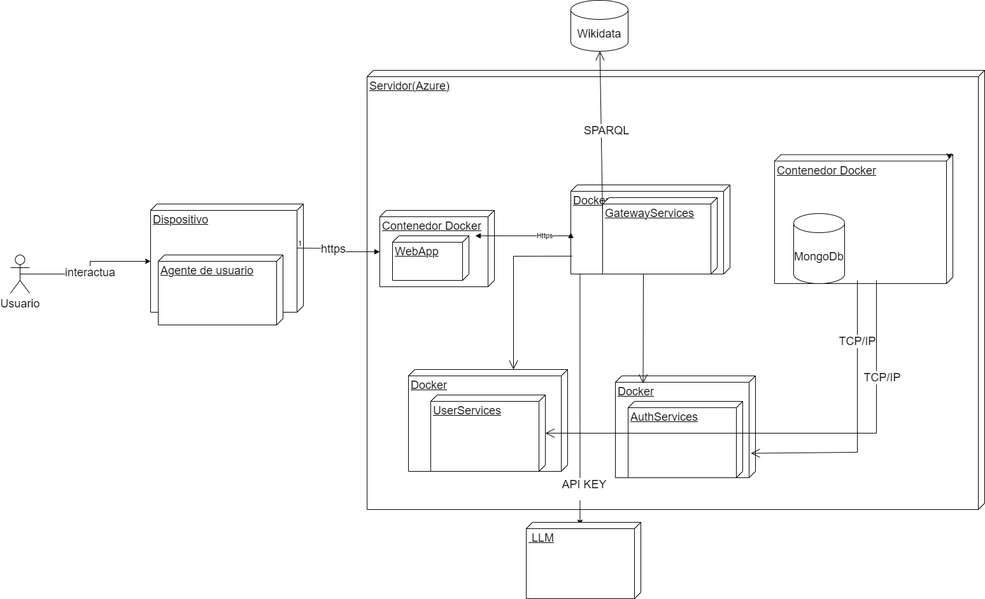
The draw.io diagram images/07-diagramaDespliegue.png in Arquisoft/wichat_es5a, before a commit. Source tidied: cells renumbered, new cells last; positions are measured from the earlier drawing's top-left corner, leaving out a move shared by most shapes.
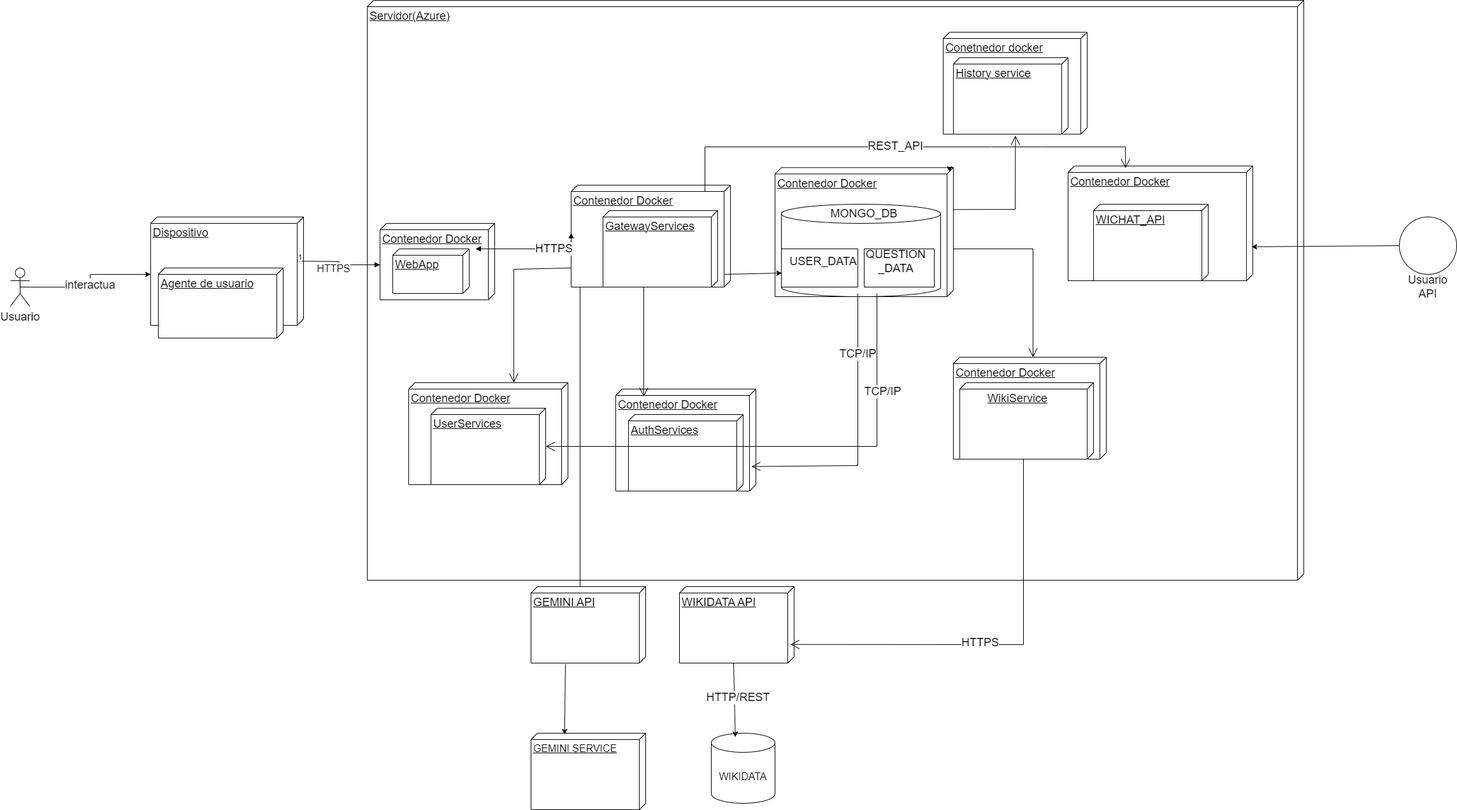
Above is the later version.

Diff of the diagram source:
```diff
@@ -14,10 +14,10 @@
     <mxCell id="5" value="&lt;font style=&quot;font-size: 18px;&quot;&gt;interactua&lt;/font&gt;" style="edgeStyle=orthogonalEdgeStyle;rounded=0;jettySize=auto;html=1;exitX=0.5;exitY=0.5;exitDx=0;exitDy=0;exitPerimeter=0;entryX=0;entryY=0;entryDx=90;entryDy=240;entryPerimeter=0;" parent="1" edge="1" source="2" target="3">
       <mxGeometry relative="1" as="geometry" />
     </mxCell>
-    <mxCell id="6" value="&lt;font style=&quot;font-size: 18px;&quot;&gt;Servidor(Azure)&lt;/font&gt;" style="verticalAlign=top;align=left;spacingTop=8;spacingLeft=2;spacingRight=12;shape=cube;size=10;direction=south;fontStyle=4;html=1;whiteSpace=wrap;" parent="1" vertex="1">
-      <mxGeometry x="560" y="110" width="970" height="690" as="geometry" />
+    <mxCell id="6" value="&lt;font style=&quot;font-size: 18px;&quot;&gt;Servidor(Azure)&lt;/font&gt;" style="verticalAlign=top;align=left;spacingTop=8;spacingLeft=2;spacingRight=12;shape=cube;size=10;direction=south;fontStyle=4;html=1;whiteSpace=wrap;fontSize=16;fontFamily=Helvetica;" parent="1" vertex="1">
+      <mxGeometry x="560" y="-20" width="1470" height="910" as="geometry" />
     </mxCell>
-    <mxCell id="7" value="&lt;font style=&quot;font-size: 18px;&quot;&gt;Contenedor Docker&lt;/font&gt;" style="verticalAlign=top;align=left;spacingTop=8;spacingLeft=2;spacingRight=12;shape=cube;size=10;direction=south;fontStyle=4;html=1;whiteSpace=wrap;" parent="1" vertex="1">
+    <mxCell id="7" value="&lt;font style=&quot;font-size: 18px;&quot;&gt;Contenedor &lt;/font&gt;&lt;font style=&quot;font-size: 18px;&quot;&gt;Docker&lt;/font&gt;" style="verticalAlign=top;align=left;spacingTop=8;spacingLeft=2;spacingRight=12;shape=cube;size=10;direction=south;fontStyle=4;html=1;whiteSpace=wrap;" parent="1" vertex="1">
       <mxGeometry x="580" y="330" width="180" height="120" as="geometry" />
     </mxCell>
     <mxCell id="8" value="&lt;font style=&quot;font-size: 18px;&quot;&gt;Contenedor Docker&lt;/font&gt;" style="verticalAlign=top;align=left;spacingTop=8;spacingLeft=2;spacingRight=12;shape=cube;size=10;direction=south;fontStyle=4;html=1;whiteSpace=wrap;" parent="1" vertex="1">
@@ -30,7 +30,7 @@
         </Array>
       </mxGeometry>
     </mxCell>
-    <mxCell id="10" value="&lt;font style=&quot;font-size: 18px;&quot;&gt;API KEY&lt;/font&gt;&lt;div&gt;&lt;br&gt;&lt;/div&gt;" style="edgeLabel;html=1;align=center;verticalAlign=middle;" parent="9" vertex="1">
+    <mxCell id="10" value="&lt;div&gt;&lt;br&gt;&lt;/div&gt;" style="edgeLabel;html=1;align=center;verticalAlign=middle;" parent="9" vertex="1">
       <mxGeometry x="0.54" y="-1" relative="1" as="geometry">
         <mxPoint x="7" y="106" as="offset" />
       </mxGeometry>
@@ -38,12 +38,9 @@
     <mxCell id="11" style="edgeStyle=orthogonalEdgeStyle;rounded=0;orthogonalLoop=1;jettySize=auto;html=1;exitX=0;exitY=0;exitDx=0;exitDy=0;exitPerimeter=0;entryX=0.033;entryY=0.021;entryDx=0;entryDy=0;entryPerimeter=0;" parent="1" edge="1" source="8" target="8">
       <mxGeometry relative="1" as="geometry" />
     </mxCell>
-    <mxCell id="12" value="&lt;font style=&quot;font-size: 18px;&quot;&gt;&amp;nbsp;LLM&lt;/font&gt;" style="verticalAlign=top;align=left;spacingTop=8;spacingLeft=2;spacingRight=12;shape=cube;size=10;direction=south;fontStyle=4;html=1;whiteSpace=wrap;" parent="1" vertex="1">
-      <mxGeometry x="810" y="820" width="180" height="120" as="geometry" />
+    <mxCell id="12" value="&lt;font style=&quot;font-size: 18px;&quot;&gt;GEMINI API&lt;/font&gt;" style="verticalAlign=top;align=left;spacingTop=8;spacingLeft=2;spacingRight=12;shape=cube;size=10;direction=south;fontStyle=4;html=1;whiteSpace=wrap;" parent="1" vertex="1">
+      <mxGeometry x="817" y="900" width="180" height="120" as="geometry" />
     </mxCell>
-    <mxCell id="13" value="&lt;font style=&quot;font-size: 18px;&quot;&gt;Wikidata&lt;/font&gt;" style="shape=cylinder3;whiteSpace=wrap;html=1;boundedLbl=1;backgroundOutline=1;size=15;" parent="1" vertex="1">
-      <mxGeometry x="880" width="90" height="80" as="geometry" />
-    </mxCell>
     <mxCell id="14" style="endArrow=block;endFill=1;html=1;edgeStyle=orthogonalEdgeStyle;align=left;verticalAlign=top;rounded=0;entryX=0;entryY=0;entryDx=65;entryDy=180;entryPerimeter=0;" parent="1" edge="1" target="7">
       <mxGeometry x="-1" relative="1" as="geometry">
         <mxPoint x="450" y="389.3" as="sourcePoint" />
@@ -52,25 +49,25 @@
     <mxCell id="15" value="1" style="edgeLabel;html=1;align=left;verticalAlign=bottom;" parent="14" vertex="1">
       <mxGeometry x="-1" relative="1" as="geometry" />
     </mxCell>
-    <mxCell id="16" value="&lt;font style=&quot;font-size: 18px;&quot;&gt;https&lt;/font&gt;&lt;div&gt;&lt;font size=&quot;3&quot;&gt;&lt;br&gt;&lt;/font&gt;&lt;/div&gt;" style="edgeLabel;html=1;align=center;verticalAlign=middle;" parent="14" vertex="1">
+    <mxCell id="16" value="&lt;div&gt;&lt;font size=&quot;3&quot;&gt;HTTPS&lt;/font&gt;&lt;/div&gt;" style="edgeLabel;html=1;align=center;verticalAlign=middle;" parent="14" vertex="1">
       <mxGeometry x="-0.17" y="2" relative="1" as="geometry">
         <mxPoint y="12" as="offset" />
       </mxGeometry>
     </mxCell>
-    <mxCell id="17" value="&lt;font style=&quot;font-size: 18px;&quot;&gt;MongoDb&lt;/font&gt;" style="shape=cylinder3;whiteSpace=wrap;html=1;boundedLbl=1;backgroundOutline=1;size=15;" parent="1" vertex="1">
-      <mxGeometry x="1230" y="335" width="80" height="110" as="geometry" />
+    <mxCell id="17" style="shape=cylinder3;whiteSpace=wrap;html=1;boundedLbl=1;backgroundOutline=1;size=15;" parent="1" vertex="1">
+      <mxGeometry x="1210" y="300" width="250" height="145" as="geometry" />
     </mxCell>
     <mxCell id="18" value="&lt;font style=&quot;font-size: 18px;&quot;&gt;WebApp&lt;/font&gt;" style="verticalAlign=top;align=left;spacingTop=8;spacingLeft=2;spacingRight=12;shape=cube;size=10;direction=south;fontStyle=4;html=1;whiteSpace=wrap;" parent="1" vertex="1">
       <mxGeometry x="600" y="370" width="120" height="70" as="geometry" />
     </mxCell>
-    <mxCell id="19" value="&lt;font style=&quot;font-size: 18px;&quot;&gt;Docker&lt;/font&gt;" style="verticalAlign=top;align=left;spacingTop=8;spacingLeft=2;spacingRight=12;shape=cube;size=10;direction=south;fontStyle=4;html=1;whiteSpace=wrap;" parent="1" vertex="1">
+    <mxCell id="19" value="&lt;font style=&quot;font-size: 18px;&quot;&gt;Contenedor Docker&lt;/font&gt;" style="verticalAlign=top;align=left;spacingTop=8;spacingLeft=2;spacingRight=12;shape=cube;size=10;direction=south;fontStyle=4;html=1;whiteSpace=wrap;" parent="1" vertex="1">
       <mxGeometry x="625" y="580" width="250" height="160" as="geometry" />
     </mxCell>
-    <mxCell id="20" value="&lt;font style=&quot;font-size: 18px;&quot;&gt;Docker&lt;/font&gt;" style="verticalAlign=top;align=left;spacingTop=8;spacingLeft=2;spacingRight=12;shape=cube;size=10;direction=south;fontStyle=4;html=1;whiteSpace=wrap;" parent="1" vertex="1">
+    <mxCell id="20" value="&lt;font style=&quot;font-size: 18px;&quot;&gt;Contenedor Docker&lt;/font&gt;" style="verticalAlign=top;align=left;spacingTop=8;spacingLeft=2;spacingRight=12;shape=cube;size=10;direction=south;fontStyle=4;html=1;whiteSpace=wrap;" parent="1" vertex="1">
       <mxGeometry x="950" y="590" width="220" height="160" as="geometry" />
     </mxCell>
-    <mxCell id="21" value="&lt;font style=&quot;font-size: 18px;&quot;&gt;Docker&lt;/font&gt;" style="verticalAlign=top;align=left;spacingTop=8;spacingLeft=2;spacingRight=12;shape=cube;size=10;direction=south;fontStyle=4;html=1;whiteSpace=wrap;" parent="1" vertex="1">
-      <mxGeometry x="880" y="290" width="250" height="140" as="geometry" />
+    <mxCell id="21" value="&lt;span style=&quot;font-size: 18px;&quot;&gt;Contenedor Docker&lt;/span&gt;" style="verticalAlign=top;align=left;spacingTop=8;spacingLeft=2;spacingRight=12;shape=cube;size=10;direction=south;fontStyle=4;html=1;whiteSpace=wrap;" parent="1" vertex="1">
+      <mxGeometry x="880" y="270" width="250" height="160" as="geometry" />
     </mxCell>
     <mxCell id="22" style="endArrow=block;startArrow=block;endFill=1;startFill=1;html=1;rounded=0;entryX=0;entryY=0;entryDx=75;entryDy=250.00000000000003;entryPerimeter=0;" parent="1" edge="1" target="21">
       <mxGeometry relative="1" as="geometry">
@@ -80,30 +77,24 @@
         </Array>
       </mxGeometry>
     </mxCell>
-    <mxCell id="23" value="Https" style="edgeLabel;html=1;align=center;verticalAlign=middle;" parent="22" vertex="1">
+    <mxCell id="23" value="&lt;font style=&quot;font-size: 18px;&quot;&gt;HTTPS&lt;/font&gt;" style="edgeLabel;html=1;align=center;verticalAlign=middle;" parent="22" vertex="1">
       <mxGeometry x="0.39" relative="1" as="geometry">
         <mxPoint y="-1" as="offset" />
       </mxGeometry>
     </mxCell>
-    <mxCell id="24" style="endArrow=open;endFill=1;endSize=12;html=1;rounded=0;exitX=0.799;exitY=0.992;exitDx=0;exitDy=0;exitPerimeter=0;" parent="1" edge="1" source="21">
+    <mxCell id="24" style="endArrow=open;endFill=1;endSize=12;html=1;rounded=0;" parent="1" edge="1">
       <mxGeometry relative="1" as="geometry">
+        <mxPoint x="880" y="400" as="sourcePoint" />
         <mxPoint x="790" y="580" as="targetPoint" />
         <Array as="points">
           <mxPoint x="790" y="402" />
         </Array>
       </mxGeometry>
     </mxCell>
-    <mxCell id="25" style="endArrow=open;endFill=1;endSize=12;html=1;rounded=0;" parent="1" edge="1" target="13">
-      <mxGeometry relative="1" as="geometry">
-        <mxPoint x="930" y="340" as="sourcePoint" />
-      </mxGeometry>
-    </mxCell>
-    <mxCell id="26" value="&lt;font style=&quot;font-size: 18px;&quot;&gt;SPARQL&lt;/font&gt;" style="edgeLabel;html=1;align=center;verticalAlign=middle;" parent="25" vertex="1">
-      <mxGeometry x="0.05" y="-7" relative="1" as="geometry" />
-    </mxCell>
-    <mxCell id="27" style="endArrow=open;endFill=1;endSize=12;html=1;rounded=0;entryX=0.073;entryY=0.802;entryDx=0;entryDy=0;entryPerimeter=0;" parent="1" edge="1" target="20">
+    <mxCell id="27" style="endArrow=open;endFill=1;endSize=12;html=1;rounded=0;" parent="1" edge="1">
       <mxGeometry relative="1" as="geometry">
         <mxPoint x="994" y="420" as="sourcePoint" />
+        <mxPoint x="994" y="602" as="targetPoint" />
       </mxGeometry>
     </mxCell>
     <mxCell id="28" value="&lt;font style=&quot;font-size: 18px;&quot;&gt;GatewayServices&lt;/font&gt;" style="verticalAlign=top;align=left;spacingTop=8;spacingLeft=2;spacingRight=12;shape=cube;size=10;direction=south;fontStyle=4;html=1;whiteSpace=wrap;" parent="1" vertex="1">
@@ -139,5 +130,113 @@
         <mxPoint y="1" as="offset" />
       </mxGeometry>
     </mxCell>
+    <mxCell id="35" value="&lt;div&gt;&lt;font style=&quot;font-size: 18px;&quot;&gt;Contenedor Docker&lt;/font&gt;&lt;/div&gt;" style="verticalAlign=top;align=left;spacingTop=8;spacingLeft=2;spacingRight=12;shape=cube;size=10;direction=south;fontStyle=4;html=1;whiteSpace=wrap;" parent="1" vertex="1">
+      <mxGeometry x="1480" y="540" width="240" height="160" as="geometry" />
+    </mxCell>
+    <mxCell id="36" value="&lt;blockquote style=&quot;margin: 0 0 0 40px; border: none; padding: 0px;&quot;&gt;&lt;font style=&quot;font-size: 18px;&quot;&gt;WikiService&lt;/font&gt;&lt;/blockquote&gt;" style="verticalAlign=top;align=left;spacingTop=8;spacingLeft=2;spacingRight=12;shape=cube;size=10;direction=south;fontStyle=4;html=1;whiteSpace=wrap;" parent="1" vertex="1">
+      <mxGeometry x="1490" y="580" width="210" height="120" as="geometry" />
+    </mxCell>
+    <mxCell id="37" value="&lt;font style=&quot;font-size: 18px;&quot;&gt;Conetnedor docker&lt;/font&gt;" style="verticalAlign=top;align=left;spacingTop=8;spacingLeft=2;spacingRight=12;shape=cube;size=10;direction=south;fontStyle=4;html=1;whiteSpace=wrap;" parent="1" vertex="1">
+      <mxGeometry x="1464" y="30" width="226" height="160" as="geometry" />
+    </mxCell>
+    <mxCell id="38" value="&lt;font style=&quot;font-size: 18px;&quot;&gt;History service&lt;/font&gt;" style="verticalAlign=top;align=left;spacingTop=8;spacingLeft=2;spacingRight=12;shape=cube;size=10;direction=south;fontStyle=4;html=1;whiteSpace=wrap;" parent="1" vertex="1">
+      <mxGeometry x="1480" y="70" width="180" height="120" as="geometry" />
+    </mxCell>
+    <mxCell id="39" style="endArrow=open;endFill=1;endSize=12;html=1;rounded=0;entryX=1.019;entryY=0.459;entryDx=0;entryDy=0;entryPerimeter=0;" parent="1" edge="1" target="38">
+      <mxGeometry relative="1" as="geometry">
+        <mxPoint x="1480" y="308.3" as="sourcePoint" />
+        <Array as="points">
+          <mxPoint x="1577" y="308" />
+        </Array>
+      </mxGeometry>
+    </mxCell>
+    <mxCell id="40" style="endArrow=open;endFill=1;endSize=12;html=1;rounded=0;entryX=0;entryY=0;entryDx=0;entryDy=115;entryPerimeter=0;" parent="1" edge="1" target="35">
+      <mxGeometry relative="1" as="geometry">
+        <mxPoint x="1480" y="370" as="sourcePoint" />
+        <Array as="points">
+          <mxPoint x="1605" y="370" />
+        </Array>
+      </mxGeometry>
+    </mxCell>
+    <mxCell id="41" value="&lt;font style=&quot;font-size: 18px;&quot;&gt;Contenedor Docker&lt;/font&gt;" style="verticalAlign=top;align=left;spacingTop=8;spacingLeft=2;spacingRight=12;shape=cube;size=10;direction=south;fontStyle=4;html=1;whiteSpace=wrap;" parent="1" vertex="1">
+      <mxGeometry x="1660" y="240" width="290" height="180" as="geometry" />
+    </mxCell>
+    <mxCell id="42" value="&lt;font style=&quot;font-size: 18px;&quot;&gt;WICHAT_API&lt;/font&gt;" style="verticalAlign=top;align=left;spacingTop=8;spacingLeft=2;spacingRight=12;shape=cube;size=10;direction=south;fontStyle=4;html=1;whiteSpace=wrap;" parent="1" vertex="1">
+      <mxGeometry x="1700" y="300" width="180" height="120" as="geometry" />
+    </mxCell>
+    <mxCell id="43" style="ellipse;whiteSpace=wrap;html=1;" parent="1" vertex="1">
+      <mxGeometry x="2180" y="320" width="90" height="90" as="geometry" />
+    </mxCell>
+    <mxCell id="44" value="&lt;font style=&quot;font-size: 18px;&quot;&gt;Usuario API&lt;/font&gt;" style="text;html=1;align=center;verticalAlign=middle;whiteSpace=wrap;rounded=0;" parent="1" vertex="1">
+      <mxGeometry x="2195" y="415" width="60" height="30" as="geometry" />
+    </mxCell>
+    <mxCell id="45" style="endArrow=classic;html=1;rounded=0;entryX=0.704;entryY=0.007;entryDx=0;entryDy=0;entryPerimeter=0;exitX=0;exitY=0.5;exitDx=0;exitDy=0;" parent="1" edge="1" source="43" target="41">
+      <mxGeometry relative="1" as="geometry" />
+    </mxCell>
+    <mxCell id="46" value="&lt;font style=&quot;font-size: 18px;&quot;&gt;MONGO_DB&lt;/font&gt;" style="text;html=1;align=center;verticalAlign=middle;whiteSpace=wrap;rounded=0;" parent="1" vertex="1">
+      <mxGeometry x="1310" y="300" width="60" height="30" as="geometry" />
+    </mxCell>
+    <mxCell id="47" style="rounded=0;whiteSpace=wrap;html=1;" parent="1" vertex="1">
+      <mxGeometry x="1210" y="370" width="120" height="60" as="geometry" />
+    </mxCell>
+    <mxCell id="48" value="&lt;font style=&quot;font-size: 18px;&quot;&gt;USER_DATA&lt;/font&gt;" style="text;html=1;align=center;verticalAlign=middle;whiteSpace=wrap;rounded=0;" parent="1" vertex="1">
+      <mxGeometry x="1250" y="375" width="52" height="30" as="geometry" />
+    </mxCell>
+    <mxCell id="49" style="rounded=0;whiteSpace=wrap;html=1;" parent="1" vertex="1">
+      <mxGeometry x="1340" y="370" width="110" height="60" as="geometry" />
+    </mxCell>
+    <mxCell id="50" value="&lt;font style=&quot;font-size: 18px;&quot;&gt;QUESTION&lt;/font&gt;&lt;div&gt;&lt;font style=&quot;font-size: 18px;&quot;&gt;_DATA&lt;/font&gt;&lt;/div&gt;" style="text;html=1;align=center;verticalAlign=middle;whiteSpace=wrap;rounded=0;" parent="1" vertex="1">
+      <mxGeometry x="1360" y="375" width="60" height="30" as="geometry" />
+    </mxCell>
+    <mxCell id="51" style="endArrow=classic;html=1;rounded=0;entryX=0.817;entryY=0.962;entryDx=0;entryDy=0;entryPerimeter=0;" parent="1" edge="1" target="8">
+      <mxGeometry relative="1" as="geometry">
+        <mxPoint x="1120" y="410" as="sourcePoint" />
+      </mxGeometry>
+    </mxCell>
+    <mxCell id="52" value="&lt;font style=&quot;font-size: 18px;&quot;&gt;WIKIDATA API&lt;/font&gt;" style="verticalAlign=top;align=left;spacingTop=8;spacingLeft=2;spacingRight=12;shape=cube;size=10;direction=south;fontStyle=4;html=1;whiteSpace=wrap;" parent="1" vertex="1">
+      <mxGeometry x="1050" y="900" width="180" height="120" as="geometry" />
+    </mxCell>
+    <mxCell id="53" style="endArrow=open;endFill=1;endSize=12;html=1;rounded=0;entryX=0.756;entryY=0.033;entryDx=0;entryDy=0;entryPerimeter=0;" parent="1" edge="1" target="52">
+      <mxGeometry relative="1" as="geometry">
+        <mxPoint x="1590" y="700" as="sourcePoint" />
+        <Array as="points">
+          <mxPoint x="1590" y="991" />
+        </Array>
+      </mxGeometry>
+    </mxCell>
+    <mxCell id="54" value="&lt;font style=&quot;font-size: 18px;&quot;&gt;HTTPS&lt;/font&gt;" style="edgeLabel;html=1;align=center;verticalAlign=middle;" parent="53" vertex="1">
+      <mxGeometry x="0.1" y="-4" relative="1" as="geometry" />
+    </mxCell>
+    <mxCell id="55" style="endArrow=open;endFill=1;endSize=12;html=1;rounded=0;entryX=0.02;entryY=0.689;entryDx=0;entryDy=0;entryPerimeter=0;" parent="1" edge="1" target="41">
+      <mxGeometry relative="1" as="geometry">
+        <mxPoint x="1090" y="280" as="sourcePoint" />
+        <Array as="points">
+          <mxPoint x="1090" y="210" />
+          <mxPoint x="1540" y="210" />
+          <mxPoint x="1620" y="210" />
+          <mxPoint x="1750" y="210" />
+        </Array>
+      </mxGeometry>
+    </mxCell>
+    <mxCell id="56" value="&lt;font style=&quot;font-size: 18px;&quot;&gt;REST_API&lt;/font&gt;" style="edgeLabel;html=1;align=center;verticalAlign=middle;" parent="55" vertex="1">
+      <mxGeometry x="-0.04" y="2" relative="1" as="geometry">
+        <mxPoint x="1" as="offset" />
+      </mxGeometry>
+    </mxCell>
+    <mxCell id="57" value="&lt;font size=&quot;3&quot;&gt;GEMINI SERVICE&lt;/font&gt;" style="verticalAlign=top;align=left;spacingTop=8;spacingLeft=2;spacingRight=12;shape=cube;size=10;direction=south;fontStyle=4;html=1;whiteSpace=wrap;" parent="1" vertex="1">
+      <mxGeometry x="817" y="1130" width="180" height="120" as="geometry" />
+    </mxCell>
+    <mxCell id="58" value="&lt;font size=&quot;3&quot;&gt;WIKIDATA&lt;/font&gt;" style="shape=cylinder3;whiteSpace=wrap;html=1;boundedLbl=1;backgroundOutline=1;size=15;" parent="1" vertex="1">
+      <mxGeometry x="1100" y="1130" width="100" height="110" as="geometry" />
+    </mxCell>
+    <mxCell id="59" style="endArrow=classic;html=1;rounded=0;exitX=1.011;exitY=0.7;exitDx=0;exitDy=0;exitPerimeter=0;entryX=0.017;entryY=0.707;entryDx=0;entryDy=0;entryPerimeter=0;" parent="1" edge="1" source="12" target="57">
+      <mxGeometry relative="1" as="geometry" />
+    </mxCell>
+    <mxCell id="60" style="endArrow=classic;html=1;rounded=0;exitX=0;exitY=0;exitDx=120;exitDy=95;exitPerimeter=0;entryX=0.377;entryY=0.055;entryDx=0;entryDy=0;entryPerimeter=0;" parent="1" edge="1" source="52" target="58">
+      <mxGeometry relative="1" as="geometry" />
+    </mxCell>
+    <mxCell id="61" value="&lt;font style=&quot;font-size: 18px;&quot;&gt;HTTP/REST&lt;/font&gt;" style="edgeLabel;html=1;align=center;verticalAlign=middle;" parent="60" vertex="1">
+      <mxGeometry x="-0.08" y="5" relative="1" as="geometry" />
+    </mxCell>
   </root>
 </mxGraphModel>
```
